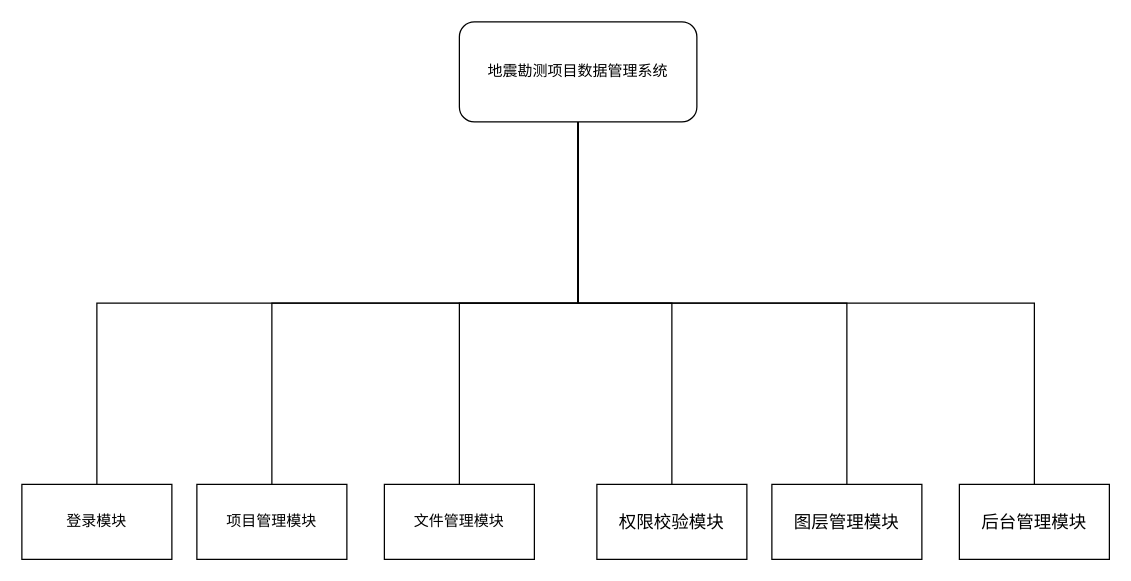
shehuinidataoge/- keeps this draw.io diagram as 系统功能模块图.drawio. Above is the earlier version. Source tidied: cells renumbered, new cells numbered last; positions are measured from the earlier drawing's top-left corner, leaving out a move shared by most shapes. Both pictures are drawn from the tidied source at 125%, with x=0, y=0 at pixel (21, 21).
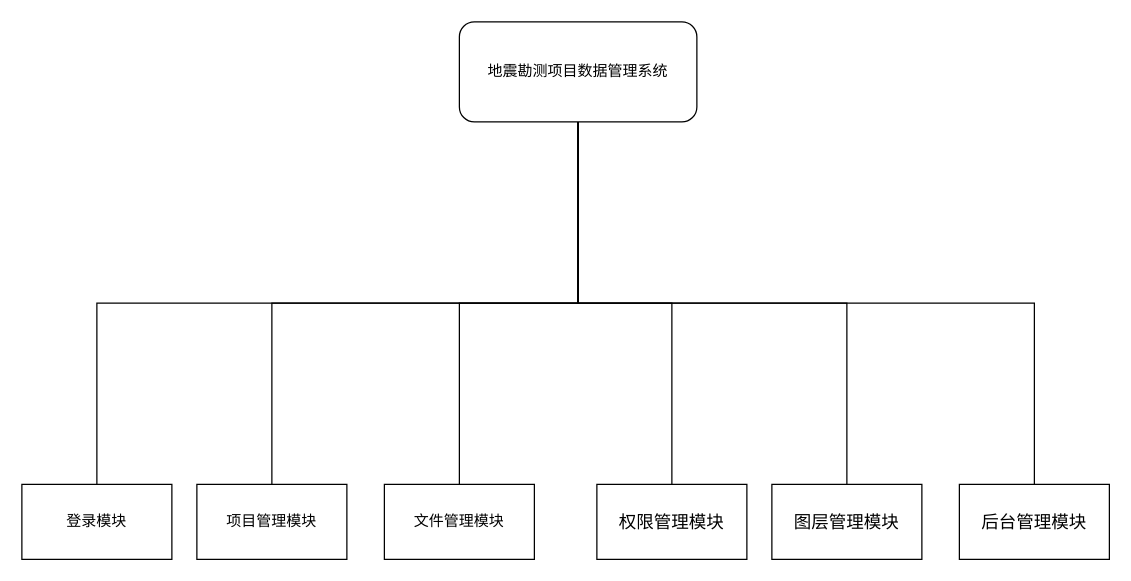
The same page after the edit.

Commit message (it also covers changes not shown here):
Update 系统功能模块图.drawio

Diff of the diagram source:
```diff
@@
 <mxGraphModel>
   <root>
     <mxCell id="0" />
     <mxCell id="1" parent="0" />
     <mxCell id="2" style="edgeStyle=orthogonalEdgeStyle;rounded=0;jettySize=auto;html=1;exitX=0.5;exitY=1;exitDx=0;exitDy=0;endArrow=none;endFill=0;strokeWidth=1;" parent="1" edge="1" source="8" target="11">
       <mxGeometry relative="1" as="geometry" />
     </mxCell>
     <mxCell id="3" style="edgeStyle=orthogonalEdgeStyle;rounded=0;jettySize=auto;html=1;exitX=0.5;exitY=1;exitDx=0;exitDy=0;endArrow=none;endFill=0;strokeWidth=1;" parent="1" edge="1" source="8" target="9">
       <mxGeometry relative="1" as="geometry" />
     </mxCell>
     <mxCell id="4" style="edgeStyle=orthogonalEdgeStyle;rounded=0;jettySize=auto;html=1;exitX=0.5;exitY=1;exitDx=0;exitDy=0;endArrow=none;endFill=0;strokeWidth=1;" parent="1" edge="1" source="8" target="10">
       <mxGeometry relative="1" as="geometry" />
     </mxCell>
     <mxCell id="5" style="edgeStyle=orthogonalEdgeStyle;rounded=0;jettySize=auto;html=1;exitX=0.5;exitY=1;exitDx=0;exitDy=0;endArrow=none;endFill=0;strokeWidth=1;" parent="1" edge="1" source="8" target="12">
       <mxGeometry relative="1" as="geometry" />
     </mxCell>
     <mxCell id="6" style="edgeStyle=orthogonalEdgeStyle;rounded=0;jettySize=auto;html=1;exitX=0.5;exitY=1;exitDx=0;exitDy=0;entryX=0.5;entryY=0;entryDx=0;entryDy=0;endArrow=none;endFill=0;strokeWidth=1;" parent="1" edge="1" source="8" target="13">
       <mxGeometry relative="1" as="geometry" />
     </mxCell>
     <mxCell id="7" style="edgeStyle=orthogonalEdgeStyle;rounded=0;jettySize=auto;html=1;exitX=0.5;exitY=1;exitDx=0;exitDy=0;entryX=0.5;entryY=0;entryDx=0;entryDy=0;endArrow=none;endFill=0;strokeWidth=1;" parent="1" edge="1" source="8" target="14">
       <mxGeometry relative="1" as="geometry" />
     </mxCell>
     <mxCell id="8" value="地震勘测项目数据管理系统" style="rounded=1;whiteSpace=wrap;html=1;" parent="1" vertex="1">
       <mxGeometry x="350" width="190" height="80" as="geometry" />
     </mxCell>
     <mxCell id="9" value="&lt;span&gt;登录模块&lt;/span&gt;" style="rounded=0;whiteSpace=wrap;html=1;" parent="1" vertex="1">
       <mxGeometry y="370" width="120" height="60" as="geometry" />
     </mxCell>
     <mxCell id="10" value="项目管理模块" style="rounded=0;whiteSpace=wrap;html=1;" parent="1" vertex="1">
       <mxGeometry x="140" y="370" width="120" height="60" as="geometry" />
     </mxCell>
     <mxCell id="11" value="文件管理模块" style="rounded=0;whiteSpace=wrap;html=1;" parent="1" vertex="1">
       <mxGeometry x="290" y="370" width="120" height="60" as="geometry" />
     </mxCell>
-    <mxCell id="12" value="&lt;span style=&quot;font-size: 14px&quot;&gt;权限校验模块&lt;/span&gt;" style="rounded=0;whiteSpace=wrap;html=1;" parent="1" vertex="1">
+    <mxCell id="12" value="&lt;span style=&quot;font-size: 14px&quot;&gt;权限管理模块&lt;/span&gt;" style="rounded=0;whiteSpace=wrap;html=1;" parent="1" vertex="1">
       <mxGeometry x="460" y="370" width="120" height="60" as="geometry" />
     </mxCell>
     <mxCell id="13" value="&lt;span style=&quot;font-size: 14px&quot;&gt;图层管理模块&lt;/span&gt;" style="rounded=0;whiteSpace=wrap;html=1;" parent="1" vertex="1">
       <mxGeometry x="600" y="370" width="120" height="60" as="geometry" />
     </mxCell>
     <mxCell id="14" value="&lt;span style=&quot;font-size: 14px&quot;&gt;后台管理模块&lt;/span&gt;" style="rounded=0;whiteSpace=wrap;html=1;" parent="1" vertex="1">
       <mxGeometry x="750" y="370" width="120" height="60" as="geometry" />
     </mxCell>
   </root>
 </mxGraphModel>
```
